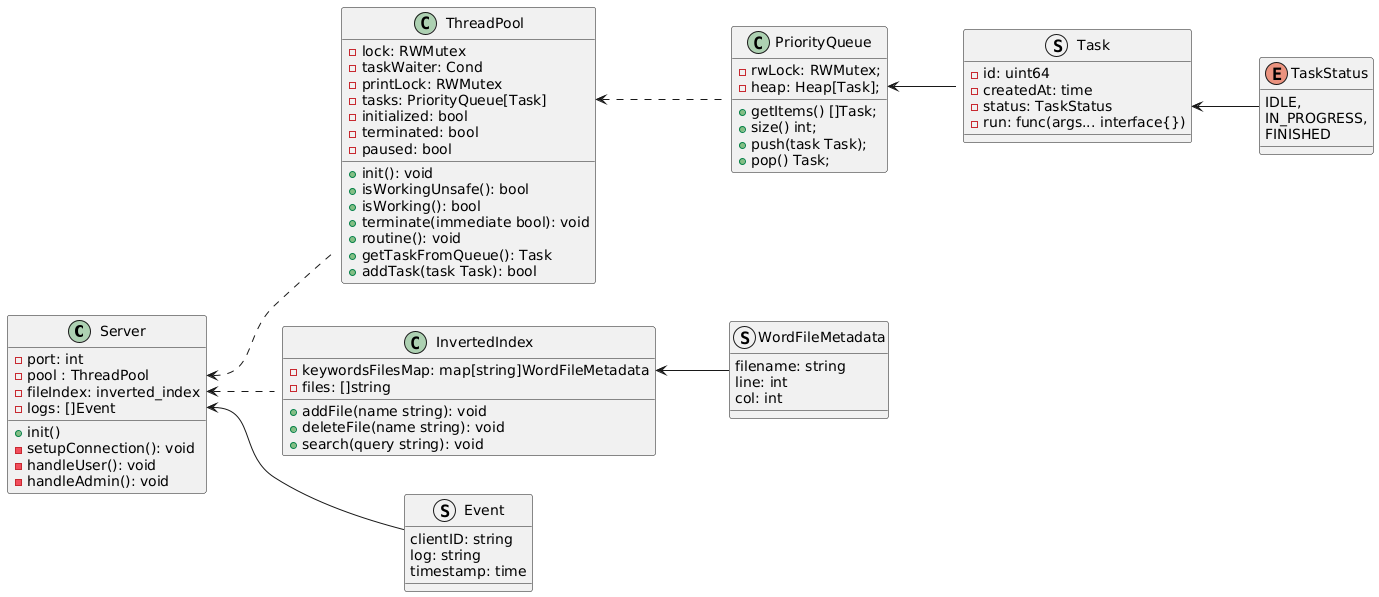
ArtemLymarenko/parallel-course-work keeps this PlantUML diagram as uml/class-diagram.png. Above is the earlier version. The source it was exported from:
```plantuml
@startuml
left to right direction
class Server{
     {field} -port: int
     {field} -pool : ThreadPool
     {field} -fileIndex: inverted_index
     {field} -logs: []Event
     {method} +init()
     {method} -setupConnection(): void
     {method} -handleUser(): void
     {method} -handleAdmin(): void
}

struct Event{
     {field} clientID: string
     {field} log: string
     {field} timestamp: time
}

class ThreadPool {
    {field} -lock: RWMutex
    {field} -taskWaiter: Cond
    {field} -printLock: RWMutex
    {field} -tasks: PriorityQueue[Task]
    {field} -initialized: bool
    {field} -terminated: bool
    {field} -paused: bool

    {method} +init(): void
    {method} +isWorkingUnsafe(): bool
    {method} +isWorking(): bool
    {method} +terminate(immediate bool): void
    {method} +routine(): void
    {method} +getTaskFromQueue(): Task
    {method} +addTask(task Task): bool
}

struct Task{
     {field} -id: uint64
     {field} -createdAt: time
     {field} -status: TaskStatus
     {field} -run: func(args... interface{})
}

enum TaskStatus {
     IDLE,
     IN_PROGRESS,
     FINISHED
}

class PriorityQueue{
     {field} -rwLock: RWMutex;
     {field} -heap: Heap[Task];

     {method} +getItems() []Task;
     {method} +size() int;
     {method} +push(task Task);
     {method} +pop() Task;
}

class InvertedIndex{
     {field} -keywordsFilesMap: map[string]WordFileMetadata
     {field} -files: []string
     {method} +addFile(name string): void
     {method} +deleteFile(name string): void
     {method} +search(query string): void
}

struct WordFileMetadata{
     {field} filename: string
     {field} line: int
     {field} col: int
}


Server::pool <.. ThreadPool
Server::logs <-- Event
PriorityQueue::heap <-- Task
ThreadPool::tasks <.. PriorityQueue
Task::status <-- TaskStatus


Server::fileIndex<.. InvertedIndex
InvertedIndex::keywordsFilesMap <-- WordFileMetadata
@enduml
```
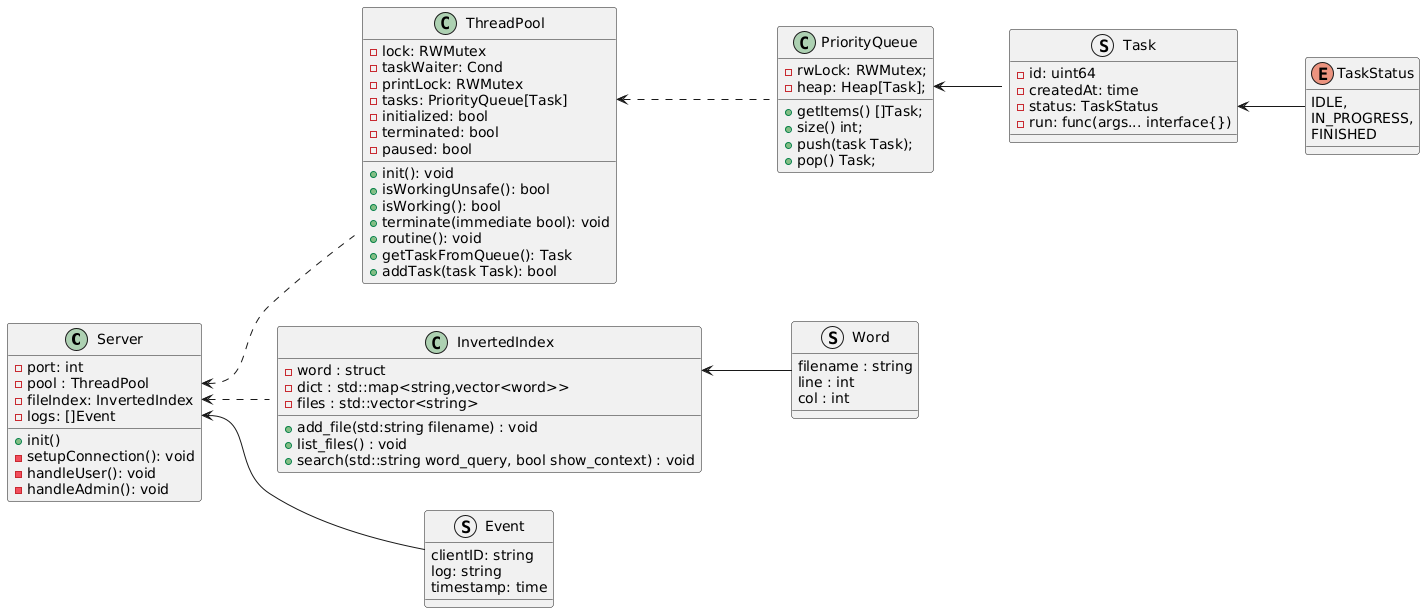
The same file after the commit.

Commit message:
* class diagram

The edit, as a diff of the source:
```diff
@@ -3,7 +3,7 @@
 class Server{
      {field} -port: int
      {field} -pool : ThreadPool
-     {field} -fileIndex: inverted_index
+     {field} -fileIndex: InvertedIndex
      {field} -logs: []Event
      {method} +init()
      {method} -setupConnection(): void
@@ -59,17 +59,18 @@
 }
 
 class InvertedIndex{
-     {field} -keywordsFilesMap: map[string]WordFileMetadata
-     {field} -files: []string
-     {method} +addFile(name string): void
-     {method} +deleteFile(name string): void
-     {method} +search(query string): void
+     {field} -word : struct
+     {field} -dict : std::map<string,vector<word>>
+     {field} -files : std::vector<string>
+     {method} +add_file(std:string filename) : void
+     {method} +list_files() : void
+     {method} +search(std::string word_query, bool show_context) : void
 }
 
-struct WordFileMetadata{
-     {field} filename: string
-     {field} line: int
-     {field} col: int
+struct Word{
+     {field} filename : string
+     {field} line : int
+     {field} col : int
 }
 
 
@@ -81,5 +82,5 @@
 
 
 Server::fileIndex<.. InvertedIndex
-InvertedIndex::keywordsFilesMap <-- WordFileMetadata
+InvertedIndex::word <-- Word
 @enduml
```
